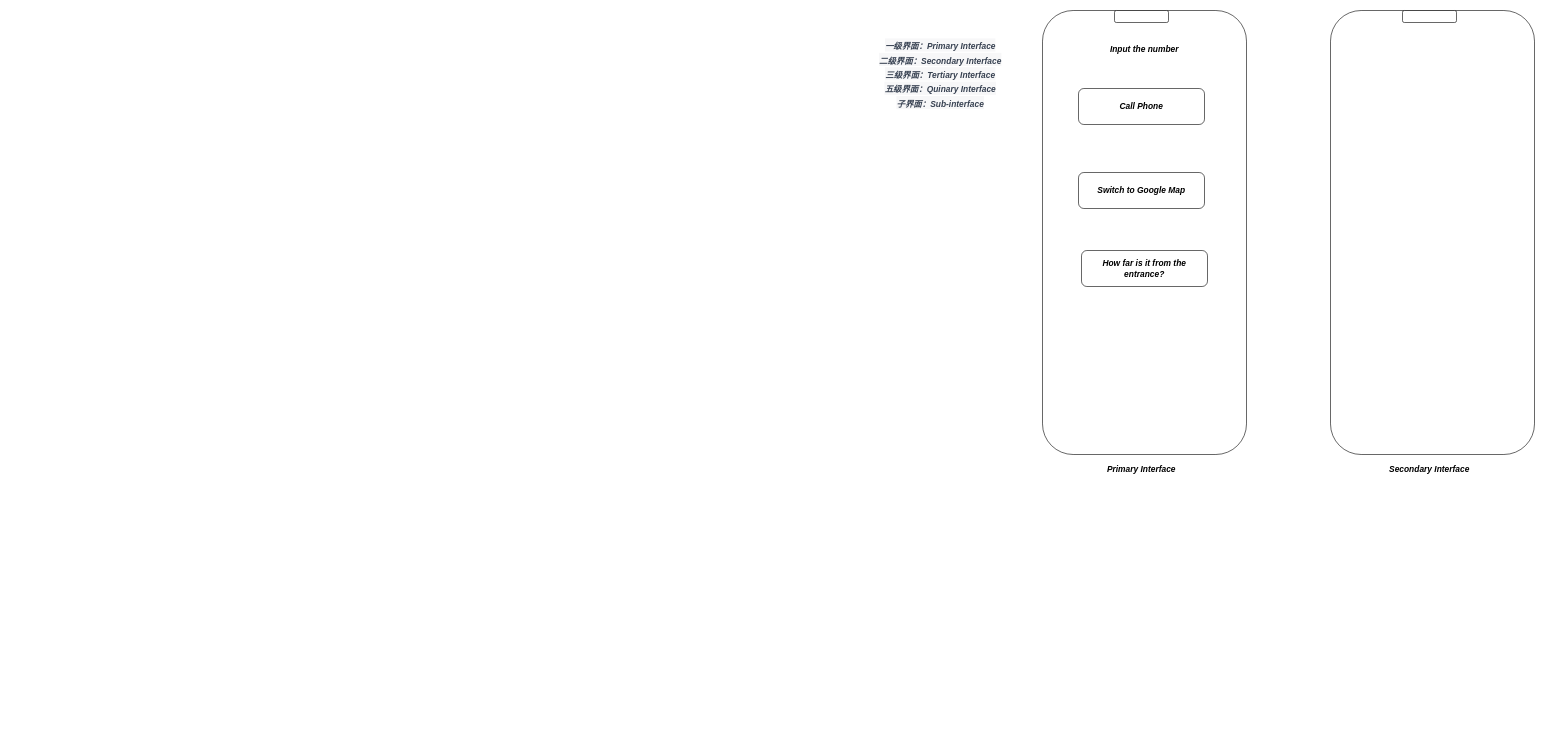
Above: User_Interface_Design.drawio in 1RanShy/MSC_Project (draw.io), before the change. Source tidied: cells renumbered, new cells numbered last; positions are measured from the earlier drawing's top-left corner, leaving out a move shared by most shapes. Both pictures are drawn from the tidied source at 60%, with x=0, y=0 at pixel (868, 10). Pictures stored in the file or linked from it are replaced by grey dashed boxes.
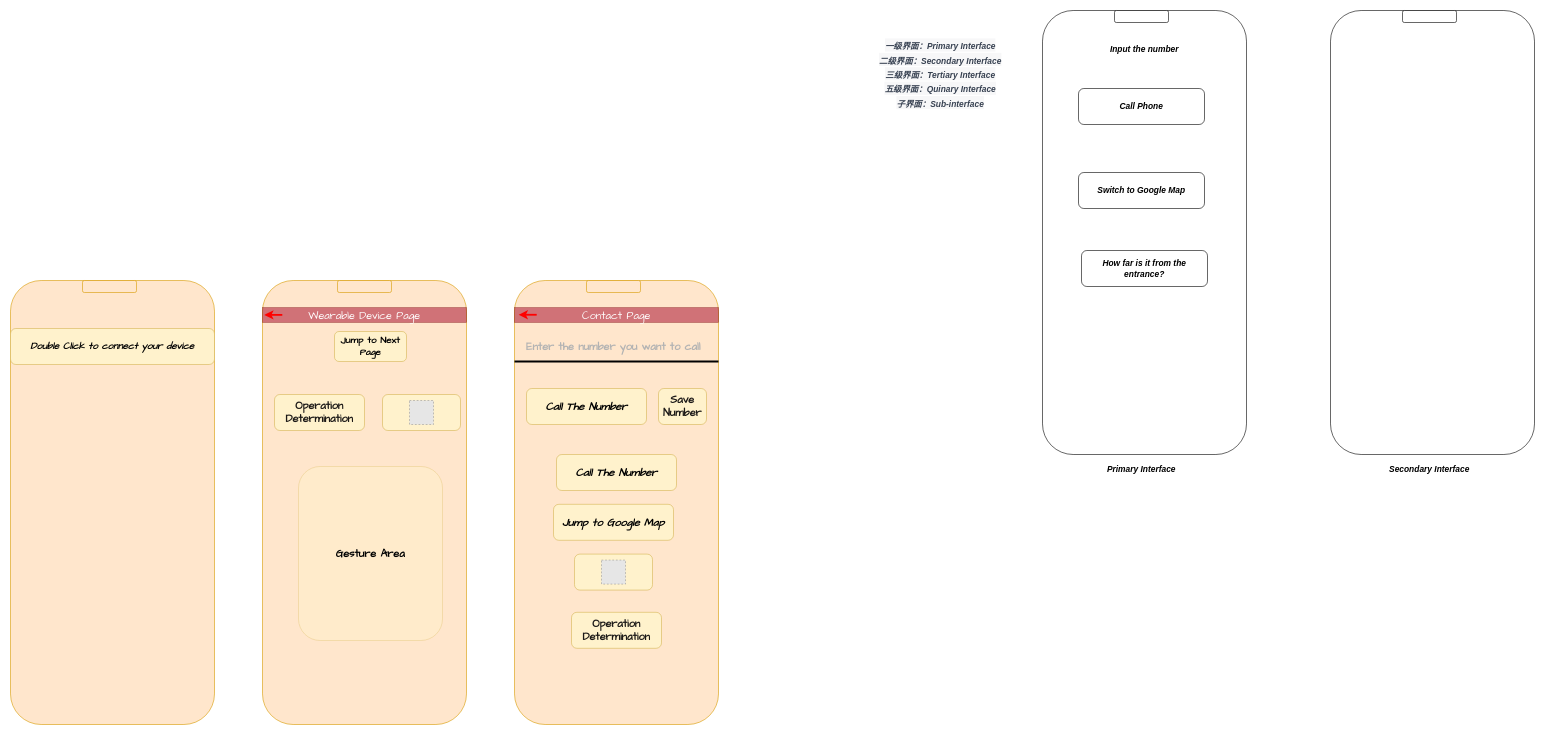
Above is the later version.

Commit message (it also covers changes not shown here):
Poster Design

Change to the diagram source:
```diff
@@
+    <mxCell id="13" style="rounded=1;whiteSpace=wrap;html=1;fillColor=#ffe6cc;strokeColor=#d79b00;" parent="1" vertex="1">
+      <mxGeometry x="-1430" y="450" width="340" height="740" as="geometry" />
+    </mxCell>
+    <mxCell id="14" style="rounded=1;whiteSpace=wrap;html=1;fillColor=#ffe6cc;strokeColor=#d79b00;" parent="1" vertex="1">
+      <mxGeometry x="-1310" y="450" width="90" height="20" as="geometry" />
+    </mxCell>
+    <mxCell id="15" value="&lt;font size=&quot;1&quot; face=&quot;Comic Sans MS&quot;&gt;&lt;b&gt;&lt;i style=&quot;font-size: 16px&quot;&gt;Double Click to connect your device&lt;/i&gt;&lt;/b&gt;&lt;/font&gt;" style="rounded=1;whiteSpace=wrap;html=1;fillColor=#fff2cc;strokeColor=#d6b656;" parent="1" vertex="1">
+      <mxGeometry x="-1430" y="530" width="340" height="60" as="geometry" />
+    </mxCell>
+    <mxCell id="16" style="rounded=1;whiteSpace=wrap;html=1;fillColor=#ffe6cc;strokeColor=#d79b00;" parent="1" vertex="1">
+      <mxGeometry x="-1010" y="450" width="340" height="740" as="geometry" />
+    </mxCell>
+    <mxCell id="17" style="rounded=1;whiteSpace=wrap;html=1;fillColor=#ffe6cc;strokeColor=#d79b00;" parent="1" vertex="1">
+      <mxGeometry x="-885" y="450" width="90" height="20" as="geometry" />
+    </mxCell>
+    <mxCell id="18" value="&lt;b&gt;Jump to Next Page&lt;/b&gt;" style="rounded=1;whiteSpace=wrap;html=1;fontFamily=Comic Sans MS;fontSize=16;fillColor=#fff2cc;strokeColor=#d6b656;" parent="1" vertex="1">
+      <mxGeometry x="-890" y="535" width="120" height="50" as="geometry" />
+    </mxCell>
+    <mxCell id="19" value="&lt;span style=&quot;color: rgb(28 , 25 , 23)&quot;&gt;&lt;b&gt;&lt;font style=&quot;font-size: 18px&quot;&gt;Operation Determination&lt;/font&gt;&lt;/b&gt;&lt;/span&gt;" style="rounded=1;whiteSpace=wrap;html=1;fontFamily=Comic Sans MS;fontSize=16;fillColor=#fff2cc;strokeColor=#d6b656;" parent="1" vertex="1">
+      <mxGeometry x="-990" y="640" width="150" height="60" as="geometry" />
+    </mxCell>
+    <mxCell id="20" style="rounded=1;whiteSpace=wrap;html=1;fontFamily=Comic Sans MS;fontSize=16;fillColor=#fff2cc;strokeColor=#d6b656;" parent="1" vertex="1">
+      <mxGeometry x="-810" y="640" width="130" height="60" as="geometry" />
+    </mxCell>
+    <mxCell id="21" style="fillColor=#E6E6E6;strokeColor=#999999;dashed=1;verticalLabelPosition=bottom;labelBackgroundColor=default;verticalAlign=top;" parent="1" vertex="1">
+      <mxGeometry x="-765" y="650" width="40" height="40" as="geometry" />
+    </mxCell>
+    <mxCell id="22" value="&lt;b&gt;&lt;font style=&quot;font-size: 18px&quot;&gt;Gesture Area&lt;/font&gt;&lt;/b&gt;" style="rounded=1;whiteSpace=wrap;html=1;labelBackgroundColor=none;fontFamily=Comic Sans MS;fontSize=16;opacity=50;fillColor=#fff2cc;strokeColor=#d6b656;" parent="1" vertex="1">
+      <mxGeometry x="-950" y="760" width="240" height="290" as="geometry" />
+    </mxCell>
+    <mxCell id="23" style="rounded=1;whiteSpace=wrap;html=1;fillColor=#ffe6cc;strokeColor=#d79b00;" parent="1" vertex="1">
+      <mxGeometry x="-590" y="450" width="340" height="740" as="geometry" />
+    </mxCell>
+    <mxCell id="24" style="rounded=1;whiteSpace=wrap;html=1;fillColor=#ffe6cc;strokeColor=#d79b00;" parent="1" vertex="1">
+      <mxGeometry x="-470" y="450" width="90" height="20" as="geometry" />
+    </mxCell>
+    <mxCell id="25" value="&lt;font size=&quot;1&quot; face=&quot;Comic Sans MS&quot;&gt;&lt;b&gt;&lt;i style=&quot;font-size: 18px&quot;&gt;Call The Number&lt;/i&gt;&lt;/b&gt;&lt;/font&gt;" style="rounded=1;whiteSpace=wrap;html=1;fillColor=#fff2cc;strokeColor=#d6b656;" parent="1" vertex="1">
+      <mxGeometry x="-570" y="630" width="200" height="60" as="geometry" />
+    </mxCell>
+    <mxCell id="26" style="endArrow=none;html=1;rounded=0;fontFamily=Comic Sans MS;fontSize=16;strokeWidth=3;" parent="1" edge="1">
+      <mxGeometry relative="1" as="geometry">
+        <mxPoint x="-590" y="585" as="sourcePoint" />
+        <mxPoint x="-250" y="585" as="targetPoint" />
+      </mxGeometry>
+    </mxCell>
+    <mxCell id="27" value="&lt;b&gt;&lt;font color=&quot;#b3b3b3&quot; style=&quot;font-size: 18px&quot;&gt;Enter the number you want to call&lt;/font&gt;&lt;/b&gt;" style="text;html=1;strokeColor=none;fillColor=none;align=center;verticalAlign=middle;whiteSpace=wrap;rounded=0;labelBackgroundColor=none;fontFamily=Comic Sans MS;fontSize=16;opacity=50;" parent="1" vertex="1">
+      <mxGeometry x="-600" y="545" width="350" height="30" as="geometry" />
+    </mxCell>
+    <mxCell id="28" value="&lt;span style=&quot;color: rgb(28 , 25 , 23)&quot;&gt;&lt;b&gt;&lt;font style=&quot;font-size: 18px&quot;&gt;Save Number&lt;/font&gt;&lt;/b&gt;&lt;/span&gt;" style="rounded=1;whiteSpace=wrap;html=1;fontFamily=Comic Sans MS;fontSize=16;fillColor=#fff2cc;strokeColor=#d6b656;" parent="1" vertex="1">
+      <mxGeometry x="-350" y="630" width="80" height="60" as="geometry" />
+    </mxCell>
+    <mxCell id="29" value="&lt;font size=&quot;1&quot; face=&quot;Comic Sans MS&quot;&gt;&lt;b&gt;&lt;i style=&quot;font-size: 18px&quot;&gt;Call The Number&lt;/i&gt;&lt;/b&gt;&lt;/font&gt;" style="rounded=1;whiteSpace=wrap;html=1;fillColor=#fff2cc;strokeColor=#d6b656;" parent="1" vertex="1">
+      <mxGeometry x="-520" y="740" width="200" height="60" as="geometry" />
+    </mxCell>
+    <mxCell id="30" style="rounded=1;whiteSpace=wrap;html=1;fontFamily=Comic Sans MS;fontSize=16;fillColor=#fff2cc;strokeColor=#d6b656;" parent="1" vertex="1">
+      <mxGeometry x="-490" y="906" width="130" height="60" as="geometry" />
+    </mxCell>
+    <mxCell id="31" style="fillColor=#E6E6E6;strokeColor=#999999;dashed=1;verticalLabelPosition=bottom;labelBackgroundColor=default;verticalAlign=top;" parent="1" vertex="1">
+      <mxGeometry x="-445" y="916" width="40" height="40" as="geometry" />
+    </mxCell>
+    <mxCell id="32" value="&lt;span style=&quot;color: rgb(28 , 25 , 23)&quot;&gt;&lt;b&gt;&lt;font style=&quot;font-size: 18px&quot;&gt;Operation Determination&lt;/font&gt;&lt;/b&gt;&lt;/span&gt;" style="rounded=1;whiteSpace=wrap;html=1;fontFamily=Comic Sans MS;fontSize=16;fillColor=#fff2cc;strokeColor=#d6b656;" parent="1" vertex="1">
+      <mxGeometry x="-495" y="1003" width="150" height="60" as="geometry" />
+    </mxCell>
+    <mxCell id="33" value="&lt;font style=&quot;font-size: 18px&quot;&gt;Wearable Device Page&lt;/font&gt;" style="rounded=0;whiteSpace=wrap;html=1;labelBackgroundColor=none;fontFamily=Comic Sans MS;fontSize=16;fontColor=#ffffff;opacity=50;fillColor=#a20025;strokeColor=#6F0000;" parent="1" vertex="1">
+      <mxGeometry x="-1010" y="495" width="340" height="25" as="geometry" />
+    </mxCell>
+    <mxCell id="34" value="&lt;font style=&quot;font-size: 18px&quot;&gt;Contact Page&lt;/font&gt;" style="rounded=0;whiteSpace=wrap;html=1;labelBackgroundColor=none;fontFamily=Comic Sans MS;fontSize=16;fontColor=#ffffff;opacity=50;fillColor=#a20025;strokeColor=#6F0000;" parent="1" vertex="1">
+      <mxGeometry x="-590" y="495" width="340" height="25" as="geometry" />
+    </mxCell>
+    <mxCell id="35" style="endArrow=classic;html=1;rounded=0;fontFamily=Comic Sans MS;fontSize=16;fontColor=#B3B3B3;strokeWidth=3;fillColor=#ffe6cc;strokeColor=#FF0000;" parent="1" edge="1">
+      <mxGeometry relative="1" as="geometry">
+        <mxPoint x="-977" y="507.3" as="sourcePoint" />
+        <mxPoint x="-1007" y="507.3" as="targetPoint" />
+      </mxGeometry>
+    </mxCell>
+    <mxCell id="36" style="endArrow=classic;html=1;rounded=0;fontFamily=Comic Sans MS;fontSize=16;fontColor=#B3B3B3;strokeWidth=3;fillColor=#ffe6cc;strokeColor=#FF0000;" parent="1" edge="1">
+      <mxGeometry relative="1" as="geometry">
+        <mxPoint x="-553" y="507.1" as="sourcePoint" />
+        <mxPoint x="-583" y="507.1" as="targetPoint" />
+      </mxGeometry>
+    </mxCell>
+    <mxCell id="37" value="&lt;font size=&quot;1&quot; face=&quot;Comic Sans MS&quot;&gt;&lt;b&gt;&lt;i style=&quot;font-size: 18px&quot;&gt;Jump to Google Map&lt;/i&gt;&lt;/b&gt;&lt;/font&gt;" style="rounded=1;whiteSpace=wrap;html=1;fillColor=#fff2cc;strokeColor=#d6b656;" parent="1" vertex="1">
+      <mxGeometry x="-525" y="823" width="200" height="60" as="geometry" />
+    </mxCell>
```
